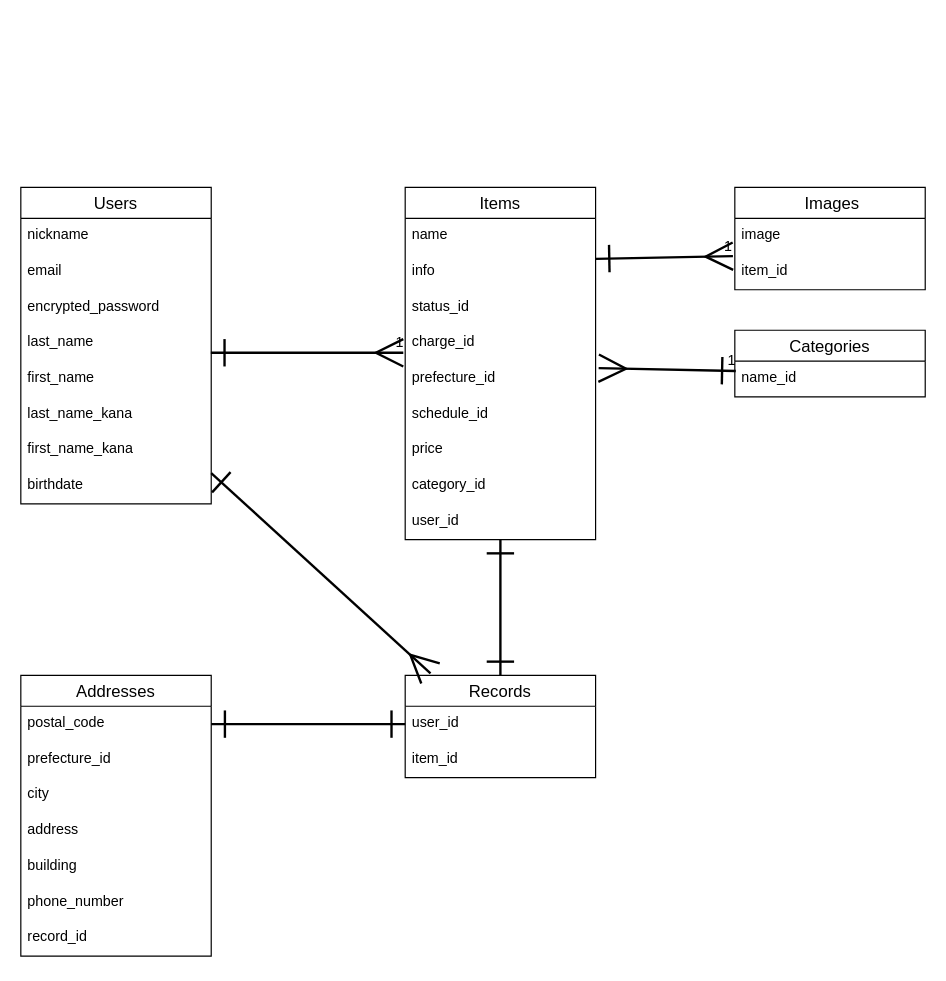
Above: ER.dio in ko-dai0102/furima-39821 (draw.io), before the change. Source tidied: cells renumbered, new cells numbered last; positions are measured from the earlier drawing's top-left corner, leaving out a move shared by most shapes. Both pictures are drawn from the tidied source at 119%, with x=0, y=0 at pixel (20, 187).
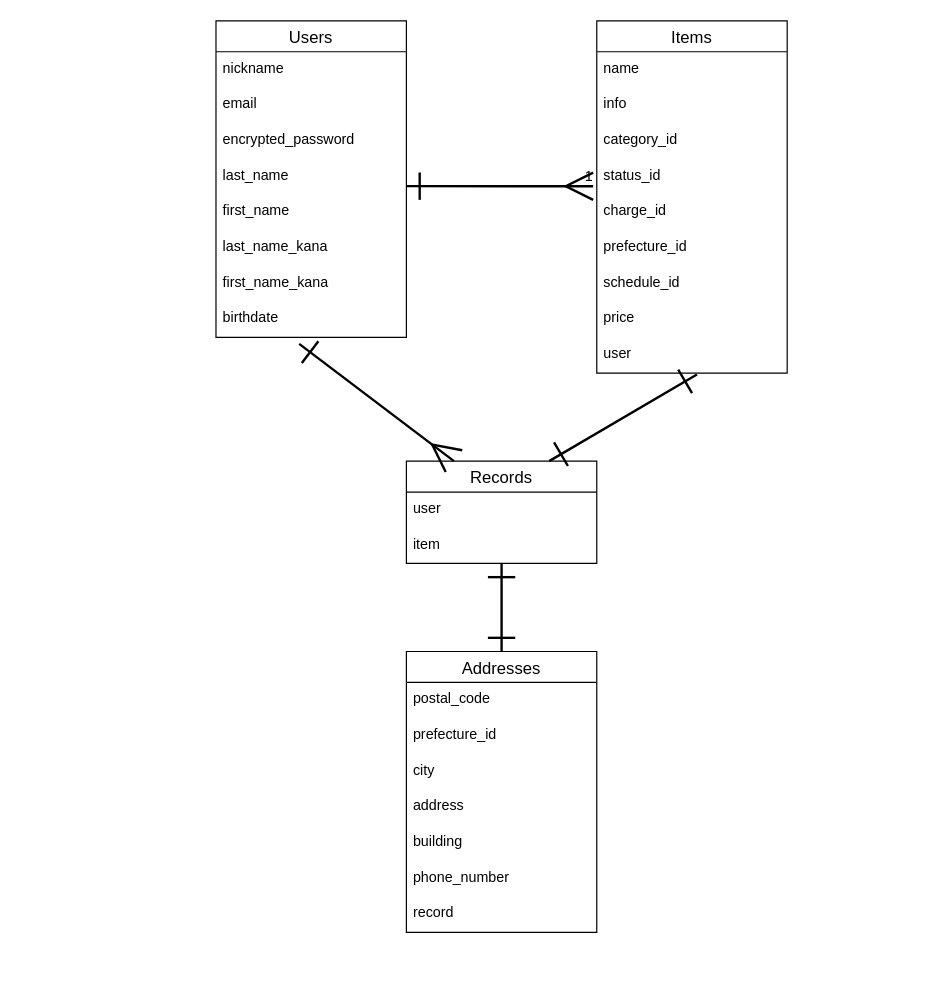
After the change.

Commit message (it also covers changes not shown here):
データベース設計の修正３

Unchanged cells that the change refers to:
```xml
<mxCell id="6" value="last_name" style="text;strokeColor=none;fillColor=none;spacingLeft=4;spacingRight=4;overflow=hidden;points=[[0,0.5],[1,0.5]];portConstraint=eastwest;fontSize=12;" parent="2" vertex="1">
  <mxGeometry y="116" width="160" height="30" as="geometry" />
</mxCell>
<mxCell id="10" value="birthdate" style="text;strokeColor=none;fillColor=none;spacingLeft=4;spacingRight=4;overflow=hidden;points=[[0,0.5],[1,0.5]];portConstraint=eastwest;fontSize=12;" parent="2" vertex="1">
  <mxGeometry y="236" width="160" height="30" as="geometry" />
</mxCell>
<mxCell id="25" value="postal_code" style="text;strokeColor=none;fillColor=none;spacingLeft=4;spacingRight=4;overflow=hidden;points=[[0,0.5],[1,0.5]];portConstraint=eastwest;fontSize=12;" parent="24" vertex="1">
  <mxGeometry y="26" width="160" height="30" as="geometry" />
</mxCell>
```

Change to the diagram source:
```diff
@@
     <mxCell id="2" value="Users" style="swimlane;fontStyle=0;horizontal=1;startSize=26;align=center;fontSize=14;" parent="1" vertex="1">
-      <mxGeometry width="160" height="266" as="geometry" />
+      <mxGeometry x="164" y="-140" width="160" height="266" as="geometry" />
     </mxCell>
@@
     <mxCell id="11" value="Records" style="swimlane;fontStyle=0;horizontal=1;startSize=26;align=center;fontSize=14;" parent="1" vertex="1">
-      <mxGeometry x="323" y="410" width="160" height="86" as="geometry" />
+      <mxGeometry x="324" y="230" width="160" height="86" as="geometry" />
     </mxCell>
-    <mxCell id="12" value="user_id" style="text;strokeColor=none;fillColor=none;spacingLeft=4;spacingRight=4;overflow=hidden;points=[[0,0.5],[1,0.5]];portConstraint=eastwest;fontSize=12;" parent="11" vertex="1">
+    <mxCell id="12" value="user" style="text;strokeColor=none;fillColor=none;spacingLeft=4;spacingRight=4;overflow=hidden;points=[[0,0.5],[1,0.5]];portConstraint=eastwest;fontSize=12;" parent="11" vertex="1">
       <mxGeometry y="26" width="160" height="30" as="geometry" />
     </mxCell>
-    <mxCell id="13" value="item_id" style="text;strokeColor=none;fillColor=none;spacingLeft=4;spacingRight=4;overflow=hidden;points=[[0,0.5],[1,0.5]];portConstraint=eastwest;fontSize=12;" parent="11" vertex="1">
+    <mxCell id="13" value="item" style="text;strokeColor=none;fillColor=none;spacingLeft=4;spacingRight=4;overflow=hidden;points=[[0,0.5],[1,0.5]];portConstraint=eastwest;fontSize=12;" parent="11" vertex="1">
       <mxGeometry y="56" width="160" height="30" as="geometry" />
     </mxCell>
     <mxCell id="14" value="Items" style="swimlane;fontStyle=0;horizontal=1;startSize=26;align=center;fontSize=14;" parent="1" vertex="1">
-      <mxGeometry x="323" width="160" height="296" as="geometry" />
+      <mxGeometry x="484" y="-140" width="160" height="296" as="geometry" />
     </mxCell>
@@
+    <mxCell id="22" value="category_id" style="text;strokeColor=none;fillColor=none;spacingLeft=4;spacingRight=4;overflow=hidden;fontSize=12;" parent="14" vertex="1">
+      <mxGeometry y="86" width="160" height="30" as="geometry" />
+    </mxCell>
     <mxCell id="17" value="status_id" style="text;strokeColor=none;fillColor=none;spacingLeft=4;spacingRight=4;overflow=hidden;points=[[0,0.5],[1,0.5]];portConstraint=eastwest;fontSize=12;" parent="14" vertex="1">
-      <mxGeometry y="86" width="160" height="30" as="geometry" />
+      <mxGeometry y="116" width="160" height="30" as="geometry" />
     </mxCell>
     <mxCell id="18" value="charge_id" style="text;strokeColor=none;fillColor=none;spacingLeft=4;spacingRight=4;overflow=hidden;points=[[0,0.5],[1,0.5]];portConstraint=eastwest;fontSize=12;" parent="14" vertex="1">
-      <mxGeometry y="116" width="160" height="30" as="geometry" />
+      <mxGeometry y="146" width="160" height="30" as="geometry" />
     </mxCell>
     <mxCell id="19" value="prefecture_id" style="text;strokeColor=none;fillColor=none;spacingLeft=4;spacingRight=4;overflow=hidden;points=[[0,0.5],[1,0.5]];portConstraint=eastwest;fontSize=12;" parent="14" vertex="1">
-      <mxGeometry y="146" width="160" height="30" as="geometry" />
+      <mxGeometry y="176" width="160" height="30" as="geometry" />
     </mxCell>
     <mxCell id="20" value="schedule_id" style="text;strokeColor=none;fillColor=none;spacingLeft=4;spacingRight=4;overflow=hidden;fontSize=12;" parent="14" vertex="1">
-      <mxGeometry y="176" width="160" height="30" as="geometry" />
+      <mxGeometry y="206" width="160" height="30" as="geometry" />
     </mxCell>
     <mxCell id="21" value="price" style="text;strokeColor=none;fillColor=none;spacingLeft=4;spacingRight=4;overflow=hidden;fontSize=12;" parent="14" vertex="1">
-      <mxGeometry y="206" width="160" height="30" as="geometry" />
+      <mxGeometry y="236" width="160" height="30" as="geometry" />
     </mxCell>
-    <mxCell id="22" value="category_id" style="text;strokeColor=none;fillColor=none;spacingLeft=4;spacingRight=4;overflow=hidden;fontSize=12;" parent="14" vertex="1">
-      <mxGeometry y="236" width="160" height="30" as="geometry" />
-    </mxCell>
-    <mxCell id="23" value="user_id" style="text;strokeColor=none;fillColor=none;spacingLeft=4;spacingRight=4;overflow=hidden;points=[[0,0.5],[1,0.5]];portConstraint=eastwest;fontSize=12;" parent="14" vertex="1">
+    <mxCell id="23" value="user" style="text;strokeColor=none;fillColor=none;spacingLeft=4;spacingRight=4;overflow=hidden;points=[[0,0.5],[1,0.5]];portConstraint=eastwest;fontSize=12;" parent="14" vertex="1">
       <mxGeometry y="266" width="160" height="30" as="geometry" />
     </mxCell>
     <mxCell id="24" value="Addresses" style="swimlane;fontStyle=0;horizontal=1;startSize=26;align=center;fontSize=14;" parent="1" vertex="1">
-      <mxGeometry y="410" width="160" height="236" as="geometry" />
+      <mxGeometry x="324" y="390" width="160" height="236" as="geometry" />
     </mxCell>
@@
-    <mxCell id="31" value="record_id" style="text;strokeColor=none;fillColor=none;spacingLeft=4;spacingRight=4;overflow=hidden;fontSize=12;" parent="24" vertex="1">
+    <mxCell id="31" value="record" style="text;strokeColor=none;fillColor=none;spacingLeft=4;spacingRight=4;overflow=hidden;fontSize=12;" parent="24" vertex="1">
       <mxGeometry y="206" width="160" height="30" as="geometry" />
     </mxCell>
-    <mxCell id="32" style="endArrow=ERmany;html=1;rounded=0;strokeColor=default;strokeWidth=2;endFill=0;entryX=-0.01;entryY=0.765;entryDx=0;entryDy=0;entryPerimeter=0;endSize=20;exitX=0.998;exitY=0.765;exitDx=0;exitDy=0;exitPerimeter=0;startArrow=ERone;startFill=0;startSize=20;" parent="1" edge="1" source="6" target="18">
+    <mxCell id="32" style="endArrow=ERmany;html=1;rounded=0;strokeColor=default;strokeWidth=2;endFill=0;endSize=20;exitX=0.998;exitY=0.765;exitDx=0;exitDy=0;exitPerimeter=0;startArrow=ERone;startFill=0;startSize=20;entryX=-0.019;entryY=0.767;entryDx=0;entryDy=0;entryPerimeter=0;" parent="1" edge="1" source="6" target="17">
       <mxGeometry relative="1" as="geometry" />
     </mxCell>
@@
-    <mxCell id="34" value="Categories" style="swimlane;fontStyle=0;horizontal=1;startSize=26;align=center;fontSize=14;" parent="1" vertex="1">
-      <mxGeometry x="600" y="120" width="160" height="56" as="geometry" />
-    </mxCell>
-    <mxCell id="35" value="name_id" style="text;strokeColor=none;fillColor=none;spacingLeft=4;spacingRight=4;overflow=hidden;points=[[0,0.5],[1,0.5]];portConstraint=eastwest;fontSize=12;" parent="34" vertex="1">
-      <mxGeometry y="26" width="160" height="30" as="geometry" />
-    </mxCell>
-    <mxCell id="36" value=" Images" style="swimlane;fontStyle=0;horizontal=1;startSize=26;align=center;fontSize=14;" parent="1" vertex="1">
-      <mxGeometry x="600" width="160" height="86" as="geometry" />
-    </mxCell>
-    <mxCell id="37" value="image" style="text;strokeColor=none;fillColor=none;spacingLeft=4;spacingRight=4;overflow=hidden;points=[[0,0.5],[1,0.5]];portConstraint=eastwest;fontSize=12;" parent="36" vertex="1">
-      <mxGeometry y="26" width="160" height="30" as="geometry" />
-    </mxCell>
-    <mxCell id="38" value="item_id" style="text;strokeColor=none;fillColor=none;spacingLeft=4;spacingRight=4;overflow=hidden;fontSize=12;" parent="36" vertex="1">
-      <mxGeometry y="56" width="160" height="30" as="geometry" />
-    </mxCell>
-    <mxCell id="39" style="endArrow=ERmany;html=1;rounded=0;strokeColor=default;strokeWidth=2;endFill=0;entryX=-0.01;entryY=1.059;entryDx=0;entryDy=0;entryPerimeter=0;endSize=20;exitX=0.998;exitY=0.765;exitDx=0;exitDy=0;exitPerimeter=0;startArrow=ERone;startFill=0;startSize=20;" parent="1" edge="1" target="37">
-      <mxGeometry relative="1" as="geometry">
-        <mxPoint x="483" y="60" as="sourcePoint" />
-      </mxGeometry>
-    </mxCell>
-    <mxCell id="40" value="1" style="html=1;align=right;verticalAlign=bottom;" parent="39" vertex="1">
-      <mxGeometry x="1" relative="1" as="geometry" />
-    </mxCell>
-    <mxCell id="41" style="endArrow=ERone;html=1;rounded=0;strokeColor=default;strokeWidth=2;endFill=0;entryX=0.005;entryY=0.275;entryDx=0;entryDy=0;entryPerimeter=0;endSize=20;exitX=1.016;exitY=0.196;exitDx=0;exitDy=0;exitPerimeter=0;startArrow=ERmany;startFill=0;sourcePerimeterSpacing=0;startSize=20;" parent="1" edge="1" source="19" target="35">
-      <mxGeometry relative="1" as="geometry" />
-    </mxCell>
-    <mxCell id="42" value="1" style="html=1;align=right;verticalAlign=bottom;" parent="41" vertex="1">
-      <mxGeometry x="1" relative="1" as="geometry" />
-    </mxCell>
-    <mxCell id="43" style="endArrow=ERone;html=1;rounded=0;startSize=20;sourcePerimeterSpacing=0;endFill=0;endSize=20;startArrow=ERone;startFill=0;strokeWidth=2;entryX=0.5;entryY=0;entryDx=0;entryDy=0;" parent="1" edge="1" target="11">
-      <mxGeometry relative="1" as="geometry">
-        <mxPoint x="403" y="296" as="sourcePoint" />
-      </mxGeometry>
+    <mxCell id="43" style="endArrow=ERone;html=1;rounded=0;startSize=20;sourcePerimeterSpacing=0;endFill=0;endSize=20;startArrow=ERone;startFill=0;strokeWidth=2;entryX=0.75;entryY=0;entryDx=0;entryDy=0;exitX=0.526;exitY=1.038;exitDx=0;exitDy=0;exitPerimeter=0;" parent="1" edge="1" source="23" target="11">
+      <mxGeometry relative="1" as="geometry" />
     </mxCell>
-    <mxCell id="44" style="endArrow=ERmany;html=1;rounded=0;startSize=20;sourcePerimeterSpacing=0;endFill=0;endSize=20;startArrow=ERone;startFill=0;strokeWidth=2;entryX=0.133;entryY=-0.019;entryDx=0;entryDy=0;entryPerimeter=0;" parent="1" edge="1" target="11">
-      <mxGeometry relative="1" as="geometry">
-        <mxPoint x="160" y="240" as="sourcePoint" />
-      </mxGeometry>
+    <mxCell id="44" style="endArrow=ERmany;html=1;rounded=0;startSize=20;sourcePerimeterSpacing=0;endFill=0;endSize=20;startArrow=ERone;startFill=0;strokeWidth=2;entryX=0.25;entryY=0;entryDx=0;entryDy=0;exitX=0.437;exitY=1.181;exitDx=0;exitDy=0;exitPerimeter=0;" parent="1" edge="1" source="10" target="11">
+      <mxGeometry relative="1" as="geometry" />
     </mxCell>
-    <mxCell id="45" style="endArrow=ERone;html=1;rounded=0;startSize=20;sourcePerimeterSpacing=0;endFill=0;endSize=20;startArrow=ERone;startFill=0;strokeWidth=2;entryX=1;entryY=0.5;entryDx=0;entryDy=0;exitX=0;exitY=0.5;exitDx=0;exitDy=0;" parent="1" edge="1" source="12" target="25">
+    <mxCell id="45" style="endArrow=ERone;html=1;rounded=0;startSize=20;sourcePerimeterSpacing=0;endFill=0;endSize=20;startArrow=ERone;startFill=0;strokeWidth=2;entryX=0.5;entryY=0;entryDx=0;entryDy=0;" parent="1" edge="1" source="13" target="24">
       <mxGeometry relative="1" as="geometry" />
     </mxCell>
```
